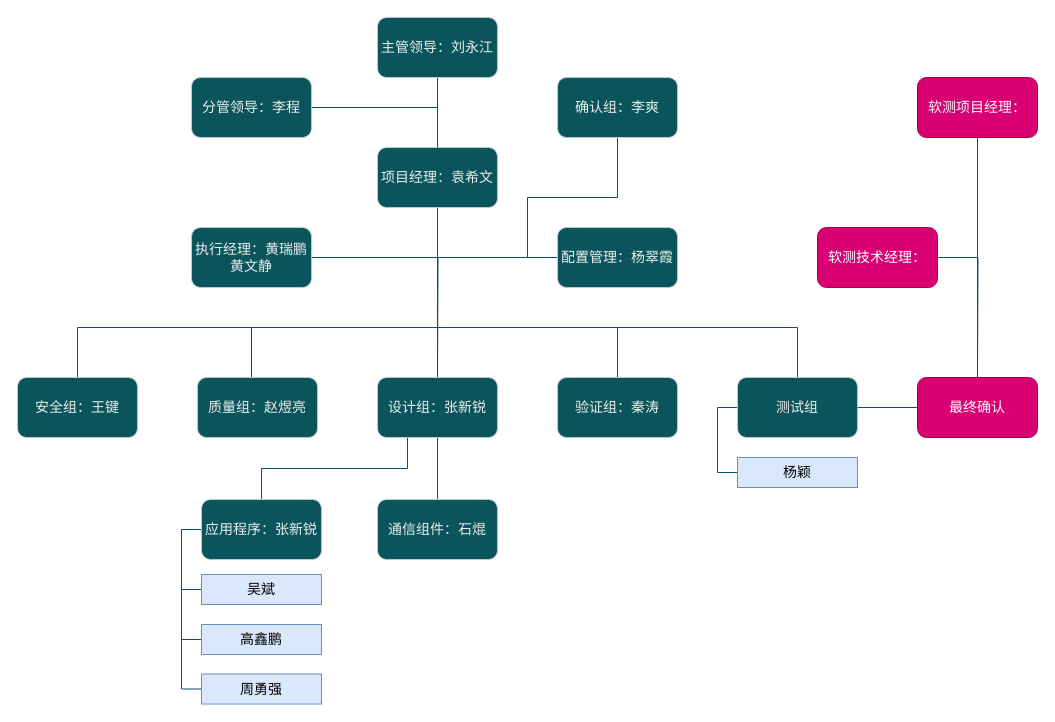
FrankWong-cs/SharingwithColleagues keeps this draw.io diagram as 组织架构publish.drawio. Above is the earlier version. Source tidied: cells renumbered, new cells numbered last; positions are measured from the earlier drawing's top-left corner, leaving out a move shared by most shapes. Both pictures are drawn from the tidied source at 100%, with x=0, y=0 at pixel (17, 17).
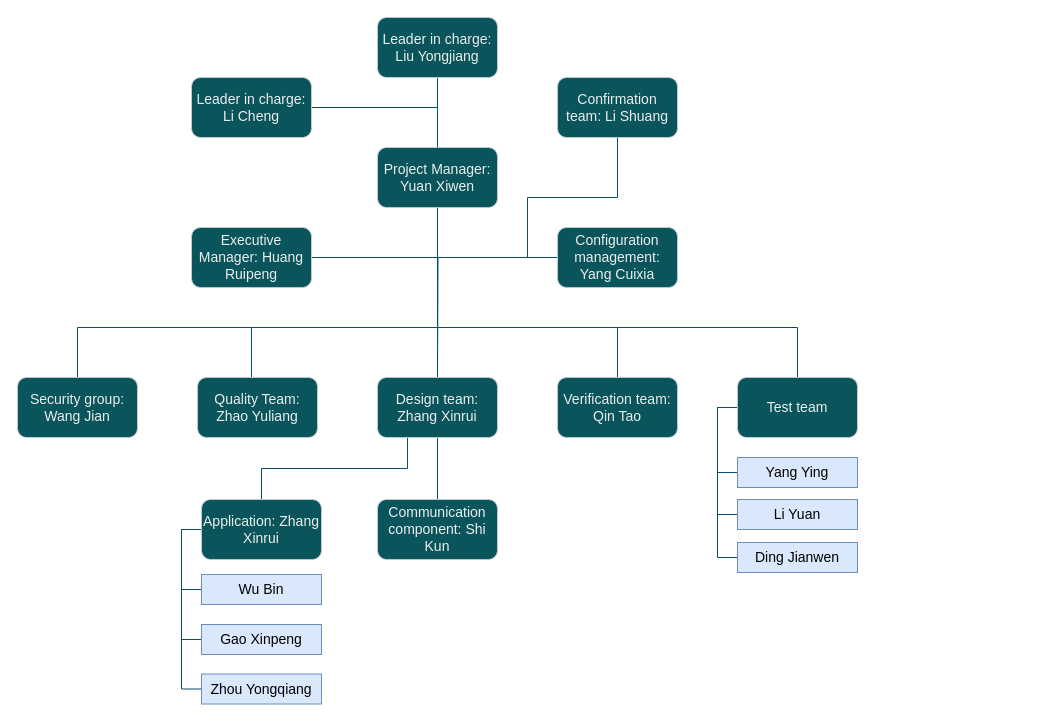
Above is the later version.

The edit, as a diff of the source:
```diff
@@
-    <mxCell id="3" value="主管领导：刘永江" style="rounded=1;whiteSpace=wrap;html=1;labelBackgroundColor=none;fillColor=#09555B;strokeColor=#BAC8D3;fontColor=#EEEEEE;fontSize=14;" parent="1" vertex="1">
+    <mxCell id="3" value="Leader in charge: Liu Yongjiang" style="rounded=1;whiteSpace=wrap;html=1;labelBackgroundColor=none;fillColor=#09555B;strokeColor=#BAC8D3;fontColor=#EEEEEE;fontSize=14;" parent="1" vertex="1">
       <mxGeometry x="360" width="120" height="60" as="geometry" />
     </mxCell>
@@
-    <mxCell id="9" value="项目经理：袁希文" style="rounded=1;whiteSpace=wrap;html=1;labelBackgroundColor=none;fillColor=#09555B;strokeColor=#BAC8D3;fontColor=#EEEEEE;fontSize=14;" parent="1" vertex="1">
+    <mxCell id="9" value="Project Manager: Yuan Xiwen" style="rounded=1;whiteSpace=wrap;html=1;labelBackgroundColor=none;fillColor=#09555B;strokeColor=#BAC8D3;fontColor=#EEEEEE;fontSize=14;" parent="1" vertex="1">
       <mxGeometry x="360" y="130" width="120" height="60" as="geometry" />
     </mxCell>
@@
-    <mxCell id="11" value="分管领导：李程" style="rounded=1;whiteSpace=wrap;html=1;strokeColor=#BAC8D3;fontColor=#EEEEEE;fillColor=#09555B;labelBackgroundColor=none;fontSize=14;" parent="1" vertex="1">
+    <mxCell id="11" value="Leader in charge: Li Cheng" style="rounded=1;whiteSpace=wrap;html=1;strokeColor=#BAC8D3;fontColor=#EEEEEE;fillColor=#09555B;labelBackgroundColor=none;fontSize=14;" parent="1" vertex="1">
       <mxGeometry x="174" y="60" width="120" height="60" as="geometry" />
     </mxCell>
@@
-    <mxCell id="13" value="执行经理：黄瑞鹏黄文静" style="rounded=1;whiteSpace=wrap;html=1;strokeColor=#BAC8D3;fontColor=#EEEEEE;fillColor=#09555B;labelBackgroundColor=none;fontSize=14;" parent="1" vertex="1">
+    <mxCell id="13" value="Executive Manager: Huang Ruipeng" style="rounded=1;whiteSpace=wrap;html=1;strokeColor=#BAC8D3;fontColor=#EEEEEE;fillColor=#09555B;labelBackgroundColor=none;fontSize=14;" parent="1" vertex="1">
       <mxGeometry x="174" y="210" width="120" height="60" as="geometry" />
     </mxCell>
@@
-    <mxCell id="15" value="确认组：李爽" style="rounded=1;whiteSpace=wrap;html=1;strokeColor=#BAC8D3;fontColor=#EEEEEE;fillColor=#09555B;labelBackgroundColor=none;fontSize=14;" parent="1" vertex="1">
+    <mxCell id="15" value="Confirmation team: Li Shuang" style="rounded=1;whiteSpace=wrap;html=1;strokeColor=#BAC8D3;fontColor=#EEEEEE;fillColor=#09555B;labelBackgroundColor=none;fontSize=14;" parent="1" vertex="1">
       <mxGeometry x="540" y="60" width="120" height="60" as="geometry" />
     </mxCell>
@@
-    <mxCell id="17" value="配置管理：杨翠霞" style="rounded=1;whiteSpace=wrap;html=1;strokeColor=#BAC8D3;fontColor=#EEEEEE;fillColor=#09555B;labelBackgroundColor=none;fontSize=14;" parent="1" vertex="1">
+    <mxCell id="17" value="Configuration management: Yang Cuixia" style="rounded=1;whiteSpace=wrap;html=1;strokeColor=#BAC8D3;fontColor=#EEEEEE;fillColor=#09555B;labelBackgroundColor=none;fontSize=14;" parent="1" vertex="1">
       <mxGeometry x="540" y="210" width="120" height="60" as="geometry" />
     </mxCell>
-    <mxCell id="18" value="安全组：王键" style="rounded=1;whiteSpace=wrap;html=1;strokeColor=#BAC8D3;fontColor=#EEEEEE;fillColor=#09555B;labelBackgroundColor=none;fontSize=14;" parent="1" vertex="1">
+    <mxCell id="18" value="Security group: Wang Jian" style="rounded=1;whiteSpace=wrap;html=1;strokeColor=#BAC8D3;fontColor=#EEEEEE;fillColor=#09555B;labelBackgroundColor=none;fontSize=14;" parent="1" vertex="1">
       <mxGeometry y="360" width="120" height="60" as="geometry" />
     </mxCell>
-    <mxCell id="19" value="质量组：赵煜亮" style="rounded=1;whiteSpace=wrap;html=1;strokeColor=#BAC8D3;fontColor=#EEEEEE;fillColor=#09555B;labelBackgroundColor=none;fontSize=14;" parent="1" vertex="1">
+    <mxCell id="19" value="Quality Team: Zhao Yuliang" style="rounded=1;whiteSpace=wrap;html=1;strokeColor=#BAC8D3;fontColor=#EEEEEE;fillColor=#09555B;labelBackgroundColor=none;fontSize=14;" parent="1" vertex="1">
       <mxGeometry x="180" y="360" width="120" height="60" as="geometry" />
     </mxCell>
@@
-    <mxCell id="25" value="设计组：张新锐" style="rounded=1;whiteSpace=wrap;html=1;strokeColor=#BAC8D3;fontColor=#EEEEEE;fillColor=#09555B;labelBackgroundColor=none;fontSize=14;" parent="1" vertex="1">
+    <mxCell id="25" value="Design team: Zhang Xinrui" style="rounded=1;whiteSpace=wrap;html=1;strokeColor=#BAC8D3;fontColor=#EEEEEE;fillColor=#09555B;labelBackgroundColor=none;fontSize=14;" parent="1" vertex="1">
       <mxGeometry x="360" y="360" width="120" height="60" as="geometry" />
     </mxCell>
-    <mxCell id="26" value="验证组：秦涛" style="rounded=1;whiteSpace=wrap;html=1;strokeColor=#BAC8D3;fontColor=#EEEEEE;fillColor=#09555B;labelBackgroundColor=none;fontSize=14;" parent="1" vertex="1">
+    <mxCell id="26" value="Verification team: Qin Tao" style="rounded=1;whiteSpace=wrap;html=1;strokeColor=#BAC8D3;fontColor=#EEEEEE;fillColor=#09555B;labelBackgroundColor=none;fontSize=14;" parent="1" vertex="1">
       <mxGeometry x="540" y="360" width="120" height="60" as="geometry" />
     </mxCell>
@@
+    <mxCell id="41" style="edgeStyle=orthogonalEdgeStyle;rounded=0;jettySize=auto;html=1;exitX=0;exitY=0.5;exitDx=0;exitDy=0;entryX=0;entryY=0.5;entryDx=0;entryDy=0;labelBackgroundColor=none;endArrow=none;fontSize=14;strokeColor=#0B4D6A;endFill=0;" parent="1" edge="1" source="28" target="43">
+      <mxGeometry relative="1" as="geometry" />
+    </mxCell>
+    <mxCell id="42" style="edgeStyle=orthogonalEdgeStyle;rounded=0;jettySize=auto;html=1;exitX=0;exitY=0.5;exitDx=0;exitDy=0;entryX=0;entryY=0.5;entryDx=0;entryDy=0;labelBackgroundColor=none;endArrow=none;fontSize=14;strokeColor=#0B4D6A;endFill=0;" parent="1" edge="1" source="28" target="44">
+      <mxGeometry relative="1" as="geometry" />
+    </mxCell>
-    <mxCell id="28" value="测试组" style="rounded=1;whiteSpace=wrap;html=1;strokeColor=#BAC8D3;fontColor=#EEEEEE;fillColor=#09555B;labelBackgroundColor=none;fontSize=14;" parent="1" vertex="1">
+    <mxCell id="28" value="Test team" style="rounded=1;whiteSpace=wrap;html=1;strokeColor=#BAC8D3;fontColor=#EEEEEE;fillColor=#09555B;labelBackgroundColor=none;fontSize=14;" parent="1" vertex="1">
       <mxGeometry x="720" y="360" width="120" height="60" as="geometry" />
     </mxCell>
-    <mxCell id="29" style="edgeStyle=orthogonalEdgeStyle;rounded=0;jettySize=auto;html=1;exitX=0;exitY=0.5;exitDx=0;exitDy=0;strokeColor=#0B4D6A;labelBackgroundColor=none;endArrow=none;endFill=0;fontSize=14;" parent="1" edge="1" source="30" target="28">
-      <mxGeometry relative="1" as="geometry" />
-    </mxCell>
-    <mxCell id="30" value="最终确认" style="rounded=1;whiteSpace=wrap;html=1;strokeColor=#A50040;fontColor=#ffffff;fillColor=#d80073;labelBackgroundColor=none;fontSize=14;" parent="1" vertex="1">
-      <mxGeometry x="900" y="360" width="120" height="60" as="geometry" />
-    </mxCell>
-    <mxCell id="31" style="edgeStyle=orthogonalEdgeStyle;rounded=0;jettySize=auto;html=1;exitX=1;exitY=0.5;exitDx=0;exitDy=0;strokeColor=#0B4D6A;labelBackgroundColor=none;endArrow=none;endFill=0;fontSize=14;" parent="1" edge="1" source="32">
-      <mxGeometry relative="1" as="geometry">
-        <mxPoint x="960" y="360" as="targetPoint" />
-      </mxGeometry>
-    </mxCell>
-    <mxCell id="32" value="软测技术经理：" style="rounded=1;whiteSpace=wrap;html=1;strokeColor=#A50040;fontColor=#ffffff;fillColor=#d80073;labelBackgroundColor=none;fontSize=14;" parent="1" vertex="1">
-      <mxGeometry x="800" y="210" width="120" height="60" as="geometry" />
-    </mxCell>
-    <mxCell id="33" style="edgeStyle=orthogonalEdgeStyle;rounded=0;jettySize=auto;html=1;exitX=0.5;exitY=1;exitDx=0;exitDy=0;strokeColor=#0B4D6A;labelBackgroundColor=none;endArrow=none;endFill=0;fontSize=14;" parent="1" edge="1" source="34" target="30">
-      <mxGeometry relative="1" as="geometry" />
-    </mxCell>
-    <mxCell id="34" value="软测项目经理：" style="rounded=1;whiteSpace=wrap;html=1;strokeColor=#A50040;fontColor=#ffffff;fillColor=#d80073;labelBackgroundColor=none;fontSize=14;" parent="1" vertex="1">
-      <mxGeometry x="900" y="60" width="120" height="60" as="geometry" />
-    </mxCell>
-    <mxCell id="35" value="吴斌" style="rounded=0;whiteSpace=wrap;html=1;strokeColor=#6c8ebf;fillColor=#dae8fc;fontSize=14;" parent="1" vertex="1">
+    <mxCell id="35" value="Wu Bin" style="rounded=0;whiteSpace=wrap;html=1;strokeColor=#6c8ebf;fillColor=#dae8fc;fontSize=14;" parent="1" vertex="1">
       <mxGeometry x="184" y="557" width="120" height="30" as="geometry" />
     </mxCell>
-    <mxCell id="36" value="高鑫鹏" style="rounded=0;whiteSpace=wrap;html=1;strokeColor=#6c8ebf;fillColor=#dae8fc;fontSize=14;" parent="1" vertex="1">
+    <mxCell id="36" value="Gao Xinpeng" style="rounded=0;whiteSpace=wrap;html=1;strokeColor=#6c8ebf;fillColor=#dae8fc;fontSize=14;" parent="1" vertex="1">
       <mxGeometry x="184" y="607" width="120" height="30" as="geometry" />
     </mxCell>
-    <mxCell id="37" value="周勇强" style="rounded=0;whiteSpace=wrap;html=1;strokeColor=#6c8ebf;fillColor=#dae8fc;fontSize=14;" parent="1" vertex="1">
+    <mxCell id="37" value="Zhou Yongqiang" style="rounded=0;whiteSpace=wrap;html=1;strokeColor=#6c8ebf;fillColor=#dae8fc;fontSize=14;" parent="1" vertex="1">
       <mxGeometry x="184" y="656.5" width="120" height="30" as="geometry" />
     </mxCell>
-    <mxCell id="38" value="杨颖" style="rounded=0;whiteSpace=wrap;html=1;strokeColor=#6c8ebf;fillColor=#dae8fc;fontSize=14;" parent="1" vertex="1">
+    <mxCell id="38" value="Yang Ying" style="rounded=0;whiteSpace=wrap;html=1;strokeColor=#6c8ebf;fillColor=#dae8fc;fontSize=14;" parent="1" vertex="1">
       <mxGeometry x="720" y="440" width="120" height="30" as="geometry" />
     </mxCell>
-    <mxCell id="39" value="应用程序：张新锐" style="rounded=1;whiteSpace=wrap;html=1;strokeColor=#BAC8D3;fontColor=#EEEEEE;fillColor=#09555B;labelBackgroundColor=none;fontSize=14;" parent="1" vertex="1">
+    <mxCell id="39" value="Application: Zhang Xinrui" style="rounded=1;whiteSpace=wrap;html=1;strokeColor=#BAC8D3;fontColor=#EEEEEE;fillColor=#09555B;labelBackgroundColor=none;fontSize=14;" parent="1" vertex="1">
       <mxGeometry x="184" y="482" width="120" height="60" as="geometry" />
     </mxCell>
-    <mxCell id="40" value="通信组件：石焜" style="rounded=1;whiteSpace=wrap;html=1;strokeColor=#BAC8D3;fontColor=#EEEEEE;fillColor=#09555B;labelBackgroundColor=none;fontSize=14;" parent="1" vertex="1">
+    <mxCell id="40" value="Communication component: Shi Kun" style="rounded=1;whiteSpace=wrap;html=1;strokeColor=#BAC8D3;fontColor=#EEEEEE;fillColor=#09555B;labelBackgroundColor=none;fontSize=14;" parent="1" vertex="1">
       <mxGeometry x="360" y="482" width="120" height="60" as="geometry" />
     </mxCell>
+    <mxCell id="43" value="Li Yuan" style="rounded=0;whiteSpace=wrap;html=1;strokeColor=#6c8ebf;fillColor=#dae8fc;fontSize=14;" parent="1" vertex="1">
+      <mxGeometry x="720" y="482" width="120" height="30" as="geometry" />
+    </mxCell>
+    <mxCell id="44" value="Ding Jianwen" style="rounded=0;whiteSpace=wrap;html=1;strokeColor=#6c8ebf;fillColor=#dae8fc;fontSize=14;" parent="1" vertex="1">
+      <mxGeometry x="720" y="525" width="120" height="30" as="geometry" />
+    </mxCell>
```
